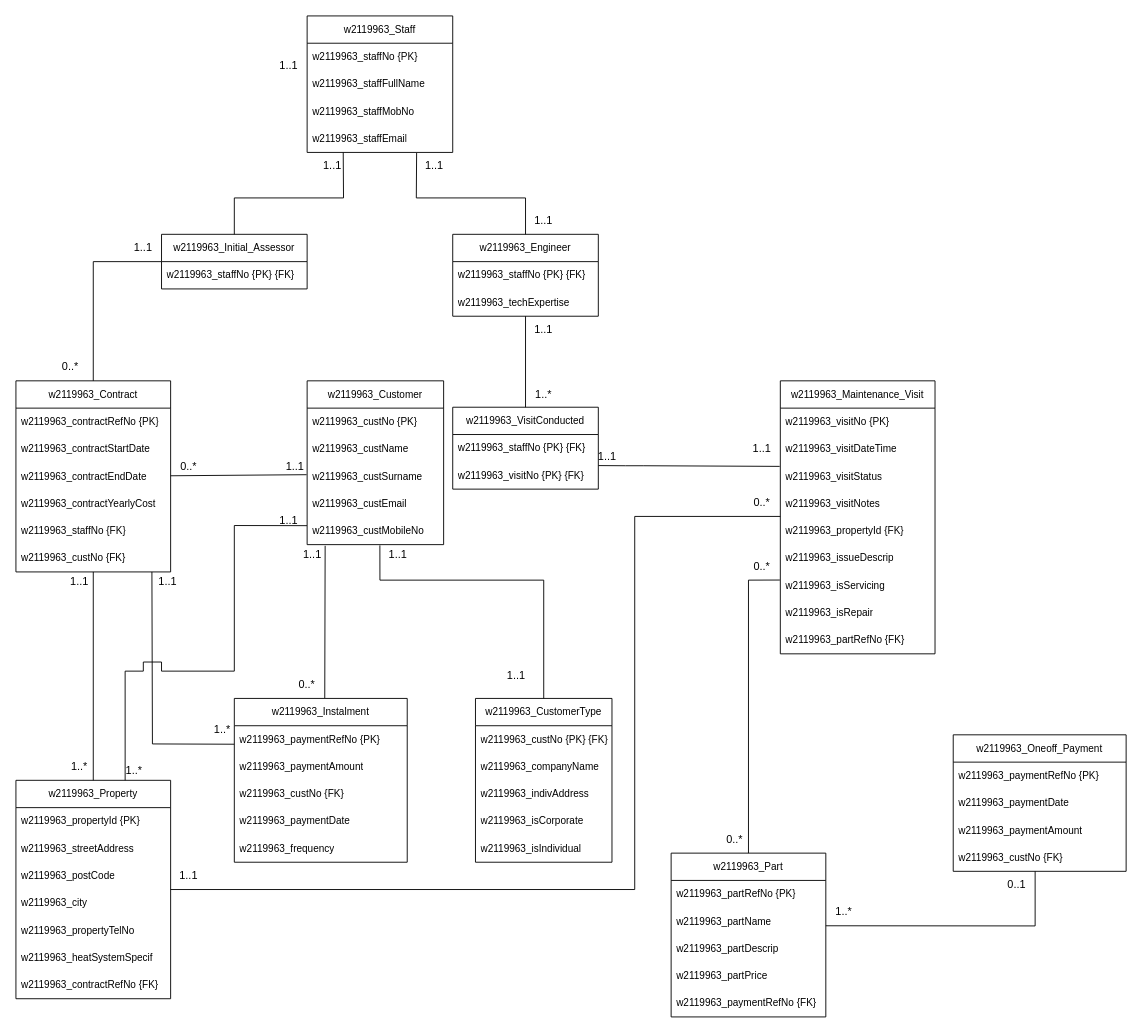
Above: page "diagram_layout" (2 of 2) of DB_CW_Part_B_Logical_EERD.drawio in Anuja-jayasinghe/DrawIo_Projects (draw.io), before the change. Source tidied: cells renumbered, new cells numbered last; positions are measured from the earlier drawing's top-left corner, leaving out a move shared by most shapes. Both pictures are drawn from the tidied source at 91%, with x=0, y=0 at pixel (15, 15).
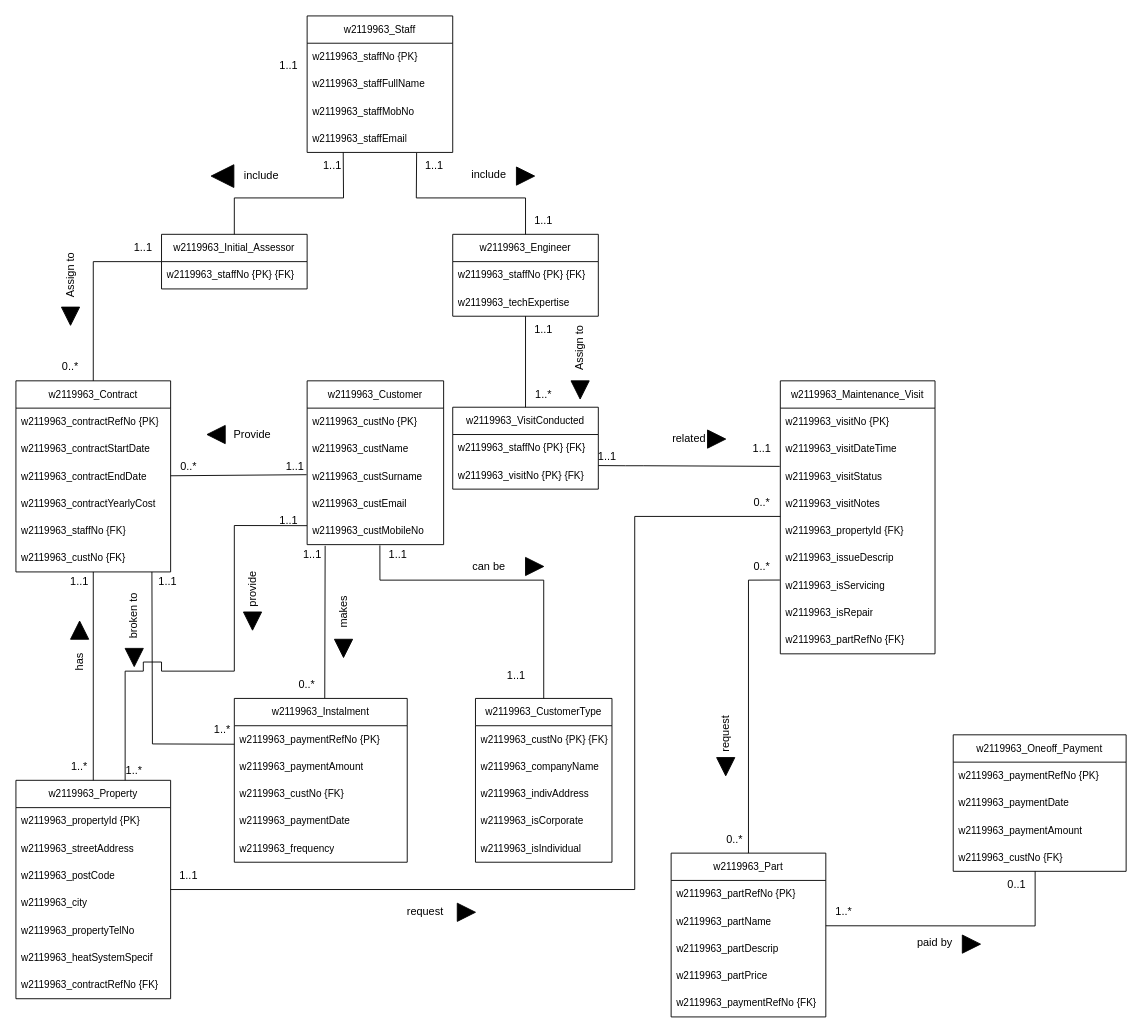
The same page after the edit.

Change to the diagram source:
```diff
@@
+    <mxCell id="111" style="triangle;whiteSpace=wrap;html=1;fillColor=light-dark(#000000,#000000);rotation=90;" parent="1" vertex="1">
+      <mxGeometry x="610" y="401" width="20" height="20" as="geometry" />
+    </mxCell>
+    <mxCell id="112" style="triangle;whiteSpace=wrap;html=1;fillColor=light-dark(#000000,#000000);" parent="1" vertex="1">
+      <mxGeometry x="550" y="166" width="20" height="20" as="geometry" />
+    </mxCell>
+    <mxCell id="113" value="include" style="text;html=1;whiteSpace=wrap;strokeColor=none;fillColor=none;align=center;verticalAlign=middle;rounded=0;" parent="1" vertex="1">
+      <mxGeometry x="490" y="160" width="60" height="30" as="geometry" />
+    </mxCell>
+    <mxCell id="114" style="triangle;whiteSpace=wrap;html=1;fillColor=light-dark(#000000,#000000);rotation=-180;" parent="1" vertex="1">
+      <mxGeometry x="214.5" y="163.5" width="25" height="25" as="geometry" />
+    </mxCell>
+    <mxCell id="115" value="include" style="text;html=1;whiteSpace=wrap;strokeColor=none;fillColor=none;align=center;verticalAlign=middle;rounded=0;" parent="1" vertex="1">
+      <mxGeometry x="240" y="161" width="60" height="30" as="geometry" />
+    </mxCell>
+    <mxCell id="116" style="triangle;whiteSpace=wrap;html=1;fillColor=light-dark(#000000,#000000);rotation=90;" parent="1" vertex="1">
+      <mxGeometry x="50" y="320" width="20" height="20" as="geometry" />
+    </mxCell>
+    <mxCell id="117" value="Assign to" style="text;html=1;whiteSpace=wrap;strokeColor=none;fillColor=none;align=center;verticalAlign=middle;rounded=0;rotation=-90;" parent="1" vertex="1">
+      <mxGeometry x="30" y="270" width="60" height="30" as="geometry" />
+    </mxCell>
+    <mxCell id="118" style="triangle;whiteSpace=wrap;html=1;fillColor=light-dark(#000000,#000000);rotation=-180;" parent="1" vertex="1">
+      <mxGeometry x="210" y="450" width="20" height="20" as="geometry" />
+    </mxCell>
+    <mxCell id="119" value="Provide" style="text;html=1;whiteSpace=wrap;strokeColor=none;fillColor=none;align=center;verticalAlign=middle;rounded=0;" parent="1" vertex="1">
+      <mxGeometry x="230" y="445" width="60" height="30" as="geometry" />
+    </mxCell>
+    <mxCell id="120" value="Assign to" style="text;html=1;whiteSpace=wrap;strokeColor=none;fillColor=none;align=center;verticalAlign=middle;rounded=0;rotation=-90;" parent="1" vertex="1">
+      <mxGeometry x="590" y="350" width="60" height="30" as="geometry" />
+    </mxCell>
+    <mxCell id="121" style="triangle;whiteSpace=wrap;html=1;fillColor=light-dark(#000000,#000000);rotation=90;" parent="1" vertex="1">
+      <mxGeometry x="120" y="695" width="20" height="20" as="geometry" />
+    </mxCell>
+    <mxCell id="122" style="triangle;whiteSpace=wrap;html=1;fillColor=light-dark(#000000,#000000);" parent="1" vertex="1">
+      <mxGeometry x="760" y="455" width="20" height="20" as="geometry" />
+    </mxCell>
+    <mxCell id="123" value="related" style="text;html=1;whiteSpace=wrap;strokeColor=none;fillColor=none;align=center;verticalAlign=middle;rounded=0;" parent="1" vertex="1">
+      <mxGeometry x="710" y="450" width="60" height="30" as="geometry" />
+    </mxCell>
+    <mxCell id="124" style="triangle;whiteSpace=wrap;html=1;fillColor=light-dark(#000000,#000000);" parent="1" vertex="1">
+      <mxGeometry x="485" y="975" width="20" height="20" as="geometry" />
+    </mxCell>
+    <mxCell id="125" value="request" style="text;html=1;whiteSpace=wrap;strokeColor=none;fillColor=none;align=center;verticalAlign=middle;rounded=0;" parent="1" vertex="1">
+      <mxGeometry x="420" y="970" width="60" height="30" as="geometry" />
+    </mxCell>
+    <mxCell id="126" style="triangle;whiteSpace=wrap;html=1;fillColor=light-dark(#000000,#000000);" parent="1" vertex="1">
+      <mxGeometry x="1040" y="1010" width="20" height="20" as="geometry" />
+    </mxCell>
+    <mxCell id="127" value="paid by" style="text;html=1;whiteSpace=wrap;strokeColor=none;fillColor=none;align=center;verticalAlign=middle;rounded=0;" parent="1" vertex="1">
+      <mxGeometry x="980" y="1004" width="60" height="30" as="geometry" />
+    </mxCell>
+    <mxCell id="128" style="triangle;whiteSpace=wrap;html=1;fillColor=light-dark(#000000,#000000);rotation=90;" parent="1" vertex="1">
+      <mxGeometry x="770" y="815" width="20" height="20" as="geometry" />
+    </mxCell>
+    <mxCell id="129" value="request" style="text;html=1;whiteSpace=wrap;strokeColor=none;fillColor=none;align=center;verticalAlign=middle;rounded=0;rotation=-90;" parent="1" vertex="1">
+      <mxGeometry x="750" y="774" width="60" height="30" as="geometry" />
+    </mxCell>
+    <mxCell id="130" style="triangle;whiteSpace=wrap;html=1;fillColor=light-dark(#000000,#000000);rotation=90;" parent="1" vertex="1">
+      <mxGeometry x="250" y="655" width="20" height="20" as="geometry" />
+    </mxCell>
+    <mxCell id="131" value="provide" style="text;html=1;whiteSpace=wrap;strokeColor=none;fillColor=none;align=center;verticalAlign=middle;rounded=0;rotation=-90;" parent="1" vertex="1">
+      <mxGeometry x="230" y="615" width="60" height="30" as="geometry" />
+    </mxCell>
+    <mxCell id="132" style="triangle;whiteSpace=wrap;html=1;fillColor=light-dark(#000000,#000000);rotation=-90;" parent="1" vertex="1">
+      <mxGeometry x="60" y="665" width="20" height="20" as="geometry" />
+    </mxCell>
+    <mxCell id="133" value="has" style="text;html=1;whiteSpace=wrap;strokeColor=none;fillColor=none;align=center;verticalAlign=middle;rounded=0;rotation=-90;" parent="1" vertex="1">
+      <mxGeometry x="40" y="695" width="60" height="30" as="geometry" />
+    </mxCell>
+    <mxCell id="134" style="triangle;whiteSpace=wrap;html=1;fillColor=light-dark(#000000,#000000);" parent="1" vertex="1">
+      <mxGeometry x="560" y="595" width="20" height="20" as="geometry" />
+    </mxCell>
+    <mxCell id="135" value="can be" style="text;html=1;whiteSpace=wrap;strokeColor=none;fillColor=none;align=center;verticalAlign=middle;rounded=0;" parent="1" vertex="1">
+      <mxGeometry x="490" y="590" width="60" height="30" as="geometry" />
+    </mxCell>
+    <mxCell id="136" style="triangle;whiteSpace=wrap;html=1;fillColor=light-dark(#000000,#000000);rotation=90;" parent="1" vertex="1">
+      <mxGeometry x="350" y="685" width="20" height="20" as="geometry" />
+    </mxCell>
+    <mxCell id="137" value="makes" style="text;html=1;whiteSpace=wrap;strokeColor=none;fillColor=none;align=center;verticalAlign=middle;rounded=0;rotation=-90;" parent="1" vertex="1">
+      <mxGeometry x="330" y="640" width="60" height="30" as="geometry" />
+    </mxCell>
+    <mxCell id="138" value="&amp;nbsp;broken to" style="text;html=1;whiteSpace=wrap;strokeColor=none;fillColor=none;align=center;verticalAlign=middle;rounded=0;rotation=-90;" parent="1" vertex="1">
+      <mxGeometry x="100" y="646" width="60" height="30" as="geometry" />
+    </mxCell>
```
